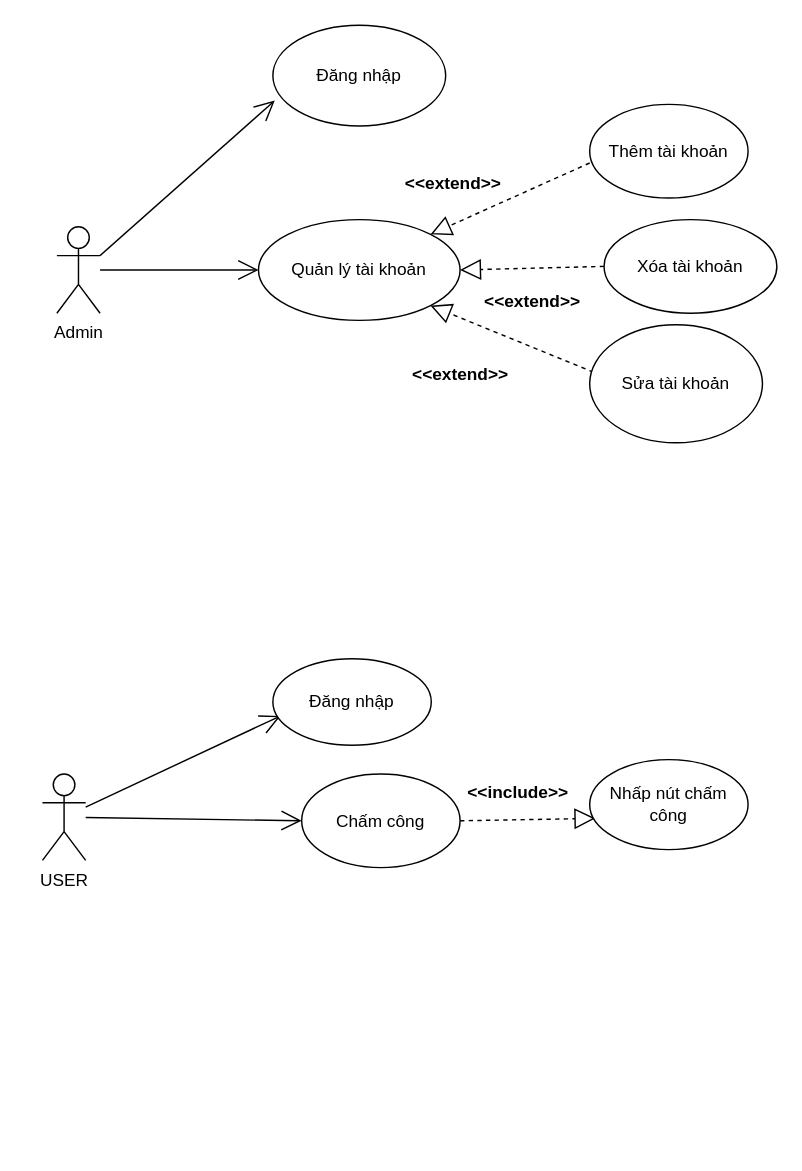
Above: page "Trang-1" (1 of 5) of tttn.drawio in VanTruongPTITHCM2002/DoAnJava (draw.io), before the change. Source tidied: cells renumbered, new cells numbered last; positions are measured from the earlier drawing's top-left corner, leaving out a move shared by most shapes. Both pictures are drawn from the tidied source at 144%, with x=0, y=0 at pixel (42, 24).
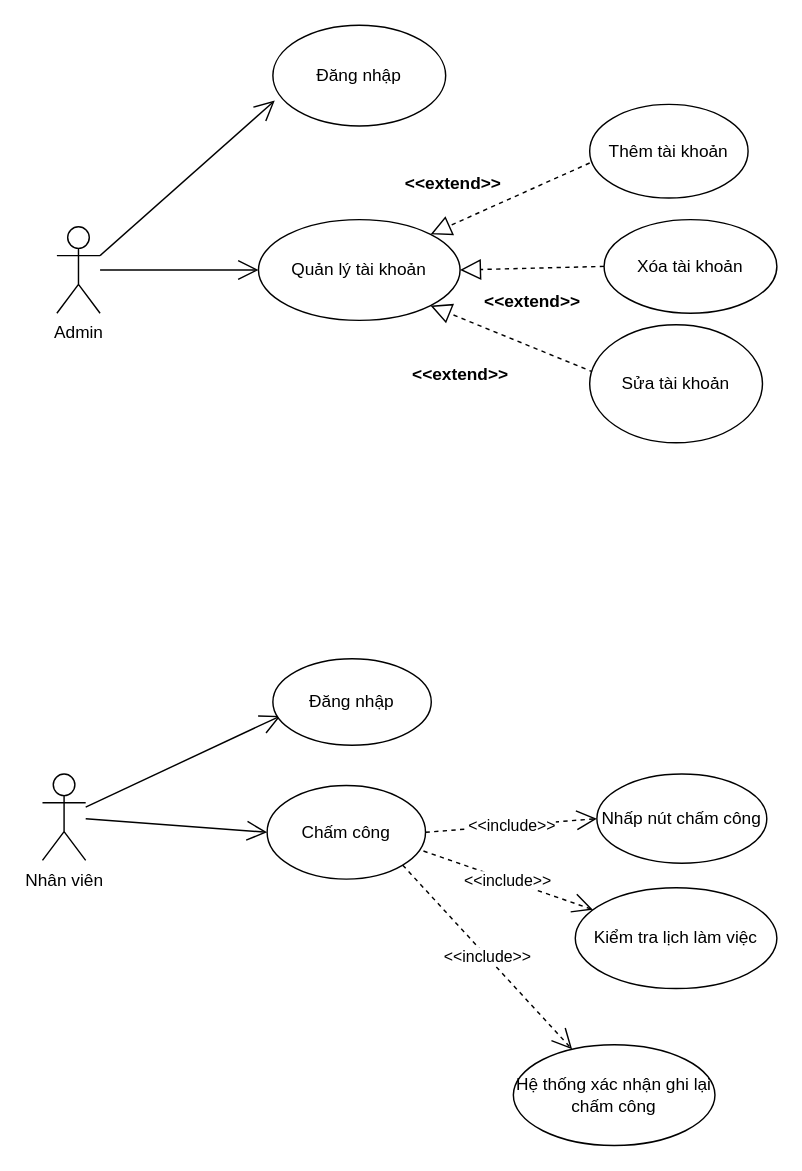
Above is the later version.

What changed in the source:
```diff
@@
-    <mxCell id="16" value="USER" style="shape=umlActor;verticalLabelPosition=bottom;verticalAlign=top;html=1;outlineConnect=0;" parent="1" vertex="1">
+    <mxCell id="16" value="Nhân viên" style="shape=umlActor;verticalLabelPosition=bottom;verticalAlign=top;html=1;outlineConnect=0;" parent="1" vertex="1">
       <mxGeometry y="520" width="30" height="60" as="geometry" />
     </mxCell>
@@
     <mxCell id="20" value="Chấm công" style="ellipse;whiteSpace=wrap;html=1;" parent="1" vertex="1">
-      <mxGeometry x="180" y="520" width="110" height="65" as="geometry" />
+      <mxGeometry x="156" y="528" width="110" height="65" as="geometry" />
     </mxCell>
+    <mxCell id="23" value="Nhấp nút chấm công" style="ellipse;whiteSpace=wrap;html=1;" parent="1" vertex="1">
+      <mxGeometry x="385" y="520" width="118" height="62" as="geometry" />
+    </mxCell>
-    <mxCell id="21" style="endArrow=block;dashed=1;endFill=0;endSize=12;html=1;rounded=0;exitX=1;exitY=0.5;exitDx=0;exitDy=0;entryX=0.036;entryY=0.653;entryDx=0;entryDy=0;entryPerimeter=0;" parent="1" edge="1" source="20" target="23">
+    <mxCell id="21" value="&amp;lt;&amp;lt;include&amp;gt;&amp;gt;" style="endArrow=open;endSize=12;dashed=1;html=1;rounded=0;exitX=1;exitY=0.5;exitDx=0;exitDy=0;entryX=0;entryY=0.5;entryDx=0;entryDy=0;" parent="1" edge="1" source="20" target="23">
       <mxGeometry relative="1" as="geometry" />
     </mxCell>
-    <mxCell id="22" value="&amp;lt;&amp;lt;include&amp;gt;&amp;gt;" style="text;align=center;fontStyle=1;verticalAlign=middle;spacingLeft=3;spacingRight=3;strokeColor=none;html=1;" parent="1" vertex="1">
-      <mxGeometry x="290" y="520" width="80" height="26" as="geometry" />
-    </mxCell>
-    <mxCell id="23" value="Nhấp nút chấm công" style="ellipse;whiteSpace=wrap;html=1;" parent="1" vertex="1">
-      <mxGeometry x="380" y="510" width="110" height="62.5" as="geometry" />
-    </mxCell>
+    <mxCell id="24" value="&amp;lt;&amp;lt;include&amp;gt;&amp;gt;" style="endArrow=open;endSize=12;dashed=1;html=1;rounded=0;exitX=0.987;exitY=0.7;exitDx=0;exitDy=0;exitPerimeter=0;" parent="1" edge="1" source="20" target="25">
+      <mxGeometry relative="1" as="geometry" />
+    </mxCell>
+    <mxCell id="25" value="Kiểm tra lịch làm việc" style="ellipse;whiteSpace=wrap;html=1;" parent="1" vertex="1">
+      <mxGeometry x="370" y="599" width="140" height="70" as="geometry" />
+    </mxCell>
+    <mxCell id="26" value="&amp;lt;&amp;lt;include&amp;gt;&amp;gt;" style="endArrow=open;endSize=12;dashed=1;html=1;rounded=0;exitX=1;exitY=1;exitDx=0;exitDy=0;" parent="1" edge="1" source="20" target="27">
+      <mxGeometry relative="1" as="geometry" />
+    </mxCell>
+    <mxCell id="27" value="Hệ thống xác nhận ghi lại chấm công" style="ellipse;whiteSpace=wrap;html=1;" parent="1" vertex="1">
+      <mxGeometry x="327" y="708" width="140" height="70" as="geometry" />
+    </mxCell>
```
